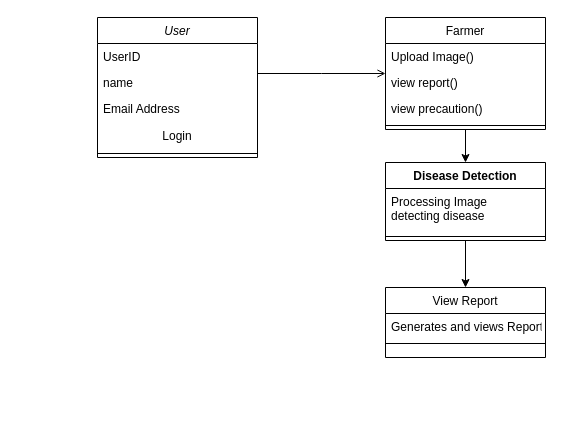
Before: Assets/plant disease.drawio in AvipsaMukhopadhyay/cropdiseasedetect-prev, a draw.io diagram. Source tidied: cells renumbered, new cells numbered last; positions are measured from the earlier drawing's top-left corner, leaving out a move shared by most shapes. Both pictures are drawn from the tidied source at 100%, with x=0, y=0 at pixel (97, 17).
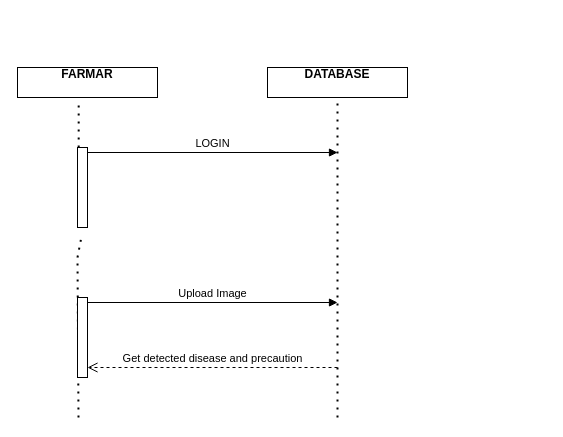
Above is the later version.

The edit, as a diff of the source:
```diff
@@
-    <mxCell id="2" value="User" style="swimlane;fontStyle=2;align=center;verticalAlign=top;horizontal=1;startSize=26;rounded=0;shadow=0;strokeWidth=1;" parent="1" vertex="1">
-      <mxGeometry width="160" height="140" as="geometry" />
-    </mxCell>
-    <mxCell id="3" value="UserID" style="text;align=left;verticalAlign=top;spacingLeft=4;spacingRight=4;overflow=hidden;" parent="2" vertex="1">
-      <mxGeometry y="26" width="160" height="26" as="geometry" />
-    </mxCell>
-    <mxCell id="4" value="name" style="text;align=left;verticalAlign=top;spacingLeft=4;spacingRight=4;overflow=hidden;rounded=0;shadow=0;html=0;" parent="2" vertex="1">
-      <mxGeometry y="52" width="160" height="26" as="geometry" />
-    </mxCell>
-    <mxCell id="5" value="Email Address" style="text;align=left;verticalAlign=top;spacingLeft=4;spacingRight=4;overflow=hidden;rounded=0;shadow=0;html=0;" parent="2" vertex="1">
-      <mxGeometry y="78" width="160" height="26" as="geometry" />
-    </mxCell>
-    <mxCell id="6" value="Login" style="text;strokeColor=none;align=center;fillColor=none;html=1;verticalAlign=middle;whiteSpace=wrap;rounded=0;" parent="2" vertex="1">
-      <mxGeometry y="104" width="160" height="30" as="geometry" />
-    </mxCell>
-    <mxCell id="7" value="View Report" style="swimlane;fontStyle=0;align=center;verticalAlign=top;horizontal=1;startSize=26;rounded=0;shadow=0;strokeWidth=1;" parent="1" vertex="1">
-      <mxGeometry x="288" y="270" width="160" height="70" as="geometry" />
-    </mxCell>
-    <mxCell id="8" value="Generates and views Report" style="text;align=left;verticalAlign=top;spacingLeft=4;spacingRight=4;overflow=hidden;" parent="7" vertex="1">
-      <mxGeometry y="26" width="160" height="26" as="geometry" />
-    </mxCell>
-    <mxCell id="9" style="line;html=1;strokeWidth=1;align=left;verticalAlign=middle;spacingTop=-1;spacingLeft=3;spacingRight=3;labelPosition=right;" parent="7" vertex="1">
-      <mxGeometry y="52" width="160" height="8" as="geometry" />
-    </mxCell>
-    <mxCell id="10" style="edgeStyle=orthogonalEdgeStyle;rounded=0;jettySize=auto;html=1;exitX=0.5;exitY=1;exitDx=0;exitDy=0;" parent="1" edge="1" source="11" target="19">
-      <mxGeometry relative="1" as="geometry" />
-    </mxCell>
-    <mxCell id="11" value="Farmer" style="swimlane;fontStyle=0;align=center;verticalAlign=top;horizontal=1;startSize=26;rounded=0;shadow=0;strokeWidth=1;" parent="1" vertex="1">
-      <mxGeometry x="288" width="160" height="112" as="geometry" />
-    </mxCell>
-    <mxCell id="12" value="Upload Image()" style="text;align=left;verticalAlign=top;spacingLeft=4;spacingRight=4;overflow=hidden;" parent="11" vertex="1">
-      <mxGeometry y="26" width="160" height="26" as="geometry" />
-    </mxCell>
-    <mxCell id="13" value="view report()" style="text;align=left;verticalAlign=top;spacingLeft=4;spacingRight=4;overflow=hidden;rounded=0;shadow=0;html=0;" parent="11" vertex="1">
-      <mxGeometry y="52" width="160" height="26" as="geometry" />
-    </mxCell>
-    <mxCell id="14" value="view precaution()" style="text;align=left;verticalAlign=top;spacingLeft=4;spacingRight=4;overflow=hidden;rounded=0;shadow=0;html=0;" parent="11" vertex="1">
-      <mxGeometry y="78" width="160" height="26" as="geometry" />
-    </mxCell>
-    <mxCell id="15" style="line;html=1;strokeWidth=1;align=left;verticalAlign=middle;spacingTop=-1;spacingLeft=3;spacingRight=3;labelPosition=right;" parent="11" vertex="1">
-      <mxGeometry y="104" width="160" height="8" as="geometry" />
-    </mxCell>
-    <mxCell id="16" style="endArrow=open;shadow=0;strokeWidth=1;rounded=0;curved=0;endFill=1;edgeStyle=elbowEdgeStyle;elbow=vertical;" parent="1" edge="1" source="2" target="11">
-      <mxGeometry x="0.5" y="41" relative="1" as="geometry">
-        <mxPoint x="-40" y="32" as="offset" />
-      </mxGeometry>
-    </mxCell>
-    <mxCell id="17" style="line;html=1;strokeWidth=1;align=left;verticalAlign=middle;spacingTop=-1;spacingLeft=3;spacingRight=3;labelPosition=right;" parent="1" vertex="1">
-      <mxGeometry y="132" width="160" height="8" as="geometry" />
-    </mxCell>
-    <mxCell id="18" style="edgeStyle=orthogonalEdgeStyle;rounded=0;jettySize=auto;html=1;exitX=0.5;exitY=1;exitDx=0;exitDy=0;entryX=0.5;entryY=0;entryDx=0;entryDy=0;" parent="1" edge="1" source="19" target="7">
-      <mxGeometry relative="1" as="geometry" />
-    </mxCell>
-    <mxCell id="19" value="Disease Detection" style="swimlane;fontStyle=1;align=center;verticalAlign=top;horizontal=1;startSize=26;whiteSpace=wrap;html=1;" parent="1" vertex="1">
-      <mxGeometry x="288" y="145" width="160" height="78" as="geometry" />
-    </mxCell>
-    <mxCell id="20" value="Processing Image&lt;div&gt;detecting disease&lt;/div&gt;" style="text;strokeColor=none;fillColor=none;align=left;verticalAlign=top;spacingLeft=4;spacingRight=4;overflow=hidden;whiteSpace=wrap;html=1;" parent="19" vertex="1">
-      <mxGeometry y="26" width="160" height="44" as="geometry" />
-    </mxCell>
-    <mxCell id="21" style="line;strokeWidth=1;fillColor=none;align=left;verticalAlign=middle;spacingTop=-1;spacingLeft=3;spacingRight=3;labelPosition=right;strokeColor=inherit;" parent="19" vertex="1">
-      <mxGeometry y="70" width="160" height="8" as="geometry" />
-    </mxCell>
+    <mxCell id="22" value="&lt;b&gt;FARMAR&lt;/b&gt;" style="verticalAlign=top;align=center;overflow=fill;html=1;whiteSpace=wrap;" parent="1" vertex="1">
+      <mxGeometry x="-80" y="50" width="140" height="30" as="geometry" />
+    </mxCell>
+    <mxCell id="23" style="endArrow=none;dashed=1;html=1;dashPattern=1 3;strokeWidth=2;rounded=0;entryX=0.437;entryY=1.087;entryDx=0;entryDy=0;entryPerimeter=0;" parent="1" edge="1" source="28" target="22">
+      <mxGeometry relative="1" as="geometry" />
+    </mxCell>
+    <mxCell id="24" value="&lt;b&gt;DATABASE&lt;/b&gt;" style="verticalAlign=top;align=center;overflow=fill;html=1;whiteSpace=wrap;" parent="1" vertex="1">
+      <mxGeometry x="170" y="50" width="140" height="30" as="geometry" />
+    </mxCell>
+    <mxCell id="25" style="endArrow=none;dashed=1;html=1;dashPattern=1 3;strokeWidth=2;rounded=0;entryX=0.5;entryY=1;entryDx=0;entryDy=0;" parent="1" edge="1" target="24">
+      <mxGeometry relative="1" as="geometry">
+        <mxPoint x="240" y="400" as="sourcePoint" />
+        <Array as="points">
+          <mxPoint x="240" y="250" />
+        </Array>
+      </mxGeometry>
+    </mxCell>
+    <mxCell id="26" value="LOGIN" style="html=1;verticalAlign=bottom;endArrow=block;curved=0;rounded=0;exitX=1;exitY=0;exitDx=0;exitDy=5;exitPerimeter=0;" parent="1" edge="1" source="28">
+      <mxGeometry relative="1" as="geometry">
+        <mxPoint x="240" y="135" as="targetPoint" />
+      </mxGeometry>
+    </mxCell>
+    <mxCell id="27" style="endArrow=none;dashed=1;html=1;dashPattern=1 3;strokeWidth=2;rounded=0;entryX=0.437;entryY=1.087;entryDx=0;entryDy=0;entryPerimeter=0;" parent="1" edge="1" target="28">
+      <mxGeometry relative="1" as="geometry">
+        <mxPoint x="-19" y="400" as="sourcePoint" />
+        <Array as="points">
+          <mxPoint x="-20" y="240" />
+        </Array>
+      </mxGeometry>
+    </mxCell>
+    <mxCell id="28" style="html=1;points=[[0,0,0,0,5],[0,1,0,0,-5],[1,0,0,0,5],[1,1,0,0,-5]];perimeter=orthogonalPerimeter;outlineConnect=0;targetShapes=umlLifeline;portConstraint=eastwest;newEdgeStyle={&quot;curved&quot;:0,&quot;rounded&quot;:0};" parent="1" vertex="1">
+      <mxGeometry x="-20" y="130" width="10" height="80" as="geometry" />
+    </mxCell>
+    <mxCell id="29" style="html=1;points=[[0,0,0,0,5],[0,1,0,0,-5],[1,0,0,0,5],[1,1,0,0,-5]];perimeter=orthogonalPerimeter;outlineConnect=0;targetShapes=umlLifeline;portConstraint=eastwest;newEdgeStyle={&quot;curved&quot;:0,&quot;rounded&quot;:0};" parent="1" vertex="1">
+      <mxGeometry x="-20" y="280" width="10" height="80" as="geometry" />
+    </mxCell>
+    <mxCell id="30" value="Upload Image" style="html=1;verticalAlign=bottom;endArrow=block;curved=0;rounded=0;exitX=1;exitY=0;exitDx=0;exitDy=5;exitPerimeter=0;" parent="1" edge="1" source="29">
+      <mxGeometry relative="1" as="geometry">
+        <mxPoint x="240" y="285" as="targetPoint" />
+      </mxGeometry>
+    </mxCell>
+    <mxCell id="31" value="Get detected disease and precaution" style="html=1;verticalAlign=bottom;endArrow=open;dashed=1;endSize=8;curved=0;rounded=0;" parent="1" edge="1" target="29">
+      <mxGeometry relative="1" as="geometry">
+        <mxPoint x="240" y="350" as="sourcePoint" />
+      </mxGeometry>
+    </mxCell>
```
